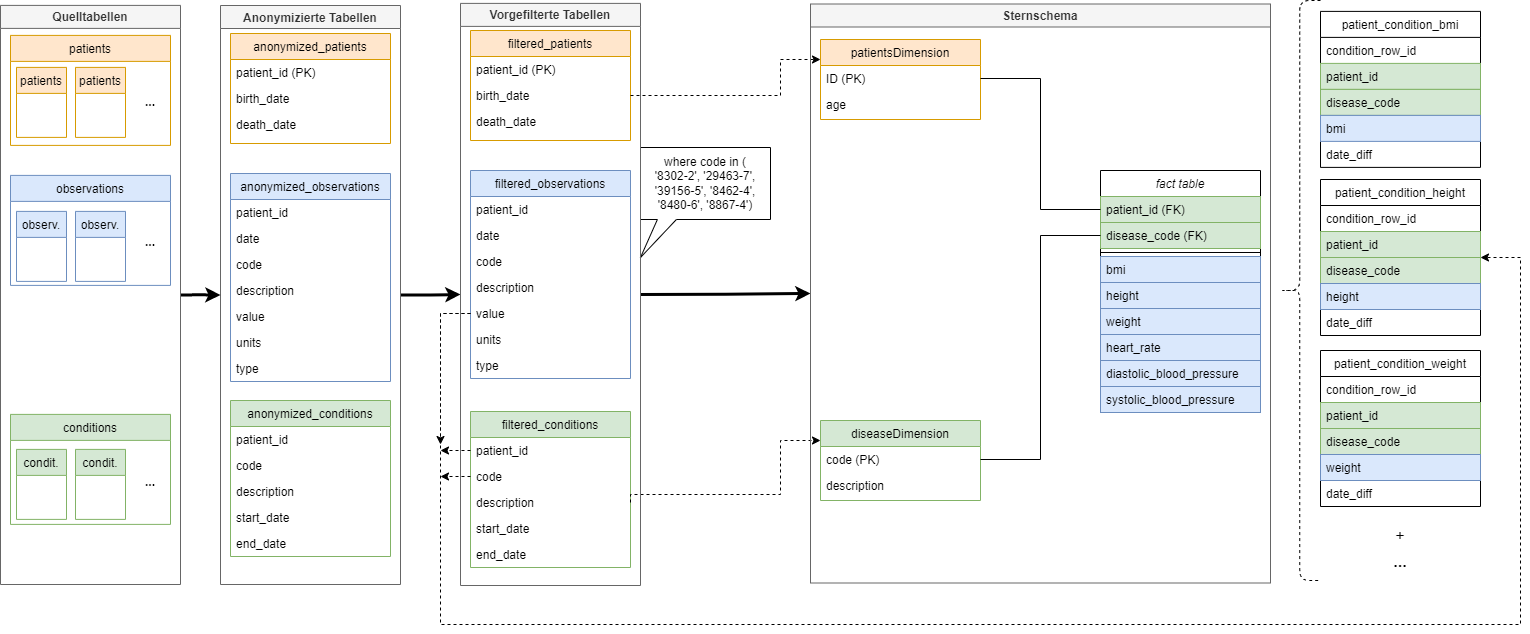
Above: images/filtered_data.png in Fuenfgeld/DMA2022DataProjectC (draw.io), before the change. Source tidied: cells renumbered, new cells last; positions are measured from the earlier drawing's top-left corner, leaving out a move shared by most shapes.
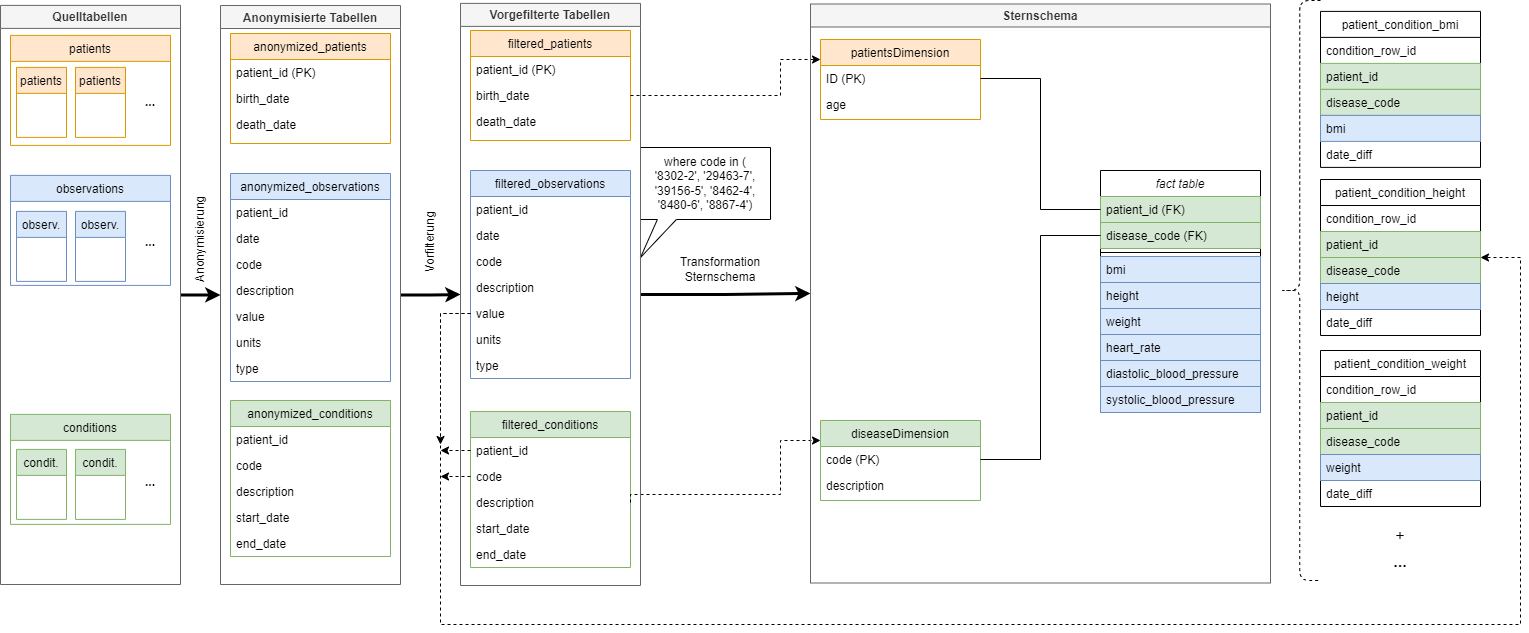
After the change.

What changed in the source:
```diff
@@ -164,7 +164,7 @@
     <mxCell id="55" style="edgeStyle=orthogonalEdgeStyle;rounded=0;jettySize=auto;html=1;exitX=1;exitY=0.5;exitDx=0;exitDy=0;entryX=0;entryY=0.5;entryDx=0;entryDy=0;endArrow=classic;endFill=1;strokeWidth=3;" parent="1" edge="1" source="56" target="97">
       <mxGeometry relative="1" as="geometry" />
     </mxCell>
-    <mxCell id="56" value="Anonymizierte Tabellen" style="swimlane;fillColor=#f5f5f5;fontColor=#333333;strokeColor=#666666;" parent="1" vertex="1">
+    <mxCell id="56" value="Anonymisierte Tabellen" style="swimlane;fillColor=#f5f5f5;fontColor=#333333;strokeColor=#666666;" parent="1" vertex="1">
       <mxGeometry x="220" y="5" width="180" height="579" as="geometry" />
     </mxCell>
     <mxCell id="57" value="&lt;font style=&quot;font-size: 16px;&quot;&gt;&lt;b&gt;...&lt;/b&gt;&lt;/font&gt;" style="text;html=1;strokeColor=none;fillColor=none;align=center;verticalAlign=middle;whiteSpace=wrap;rounded=0;" parent="1" vertex="1">
@@ -329,5 +329,14 @@
         <mxPoint x="440" y="450.1" as="targetPoint" />
       </mxGeometry>
     </mxCell>
+    <mxCell id="103" value="Anonymisierung" style="text;html=1;strokeColor=none;fillColor=none;align=center;verticalAlign=middle;whiteSpace=wrap;rounded=0;dashed=1;rotation=-90;" parent="1" vertex="1">
+      <mxGeometry x="170" y="224" width="60" height="30" as="geometry" />
+    </mxCell>
+    <mxCell id="104" value="Vorfilterung" style="text;html=1;strokeColor=none;fillColor=none;align=center;verticalAlign=middle;whiteSpace=wrap;rounded=0;dashed=1;rotation=-90;" parent="1" vertex="1">
+      <mxGeometry x="400" y="227" width="60" height="30" as="geometry" />
+    </mxCell>
+    <mxCell id="105" value="Transformation Sternschema" style="text;html=1;strokeColor=none;fillColor=none;align=center;verticalAlign=middle;whiteSpace=wrap;rounded=0;dashed=1;rotation=0;" parent="1" vertex="1">
+      <mxGeometry x="690" y="254" width="60" height="30" as="geometry" />
+    </mxCell>
   </root>
 </mxGraphModel>
```
